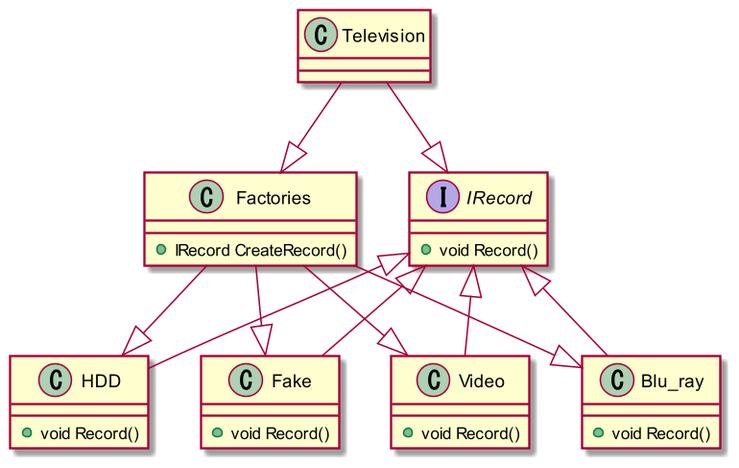
This is Doc/img/Good.png from k2491p/DIP, a PlantUML export, as it was before one commit. Source of this version:
```plantuml
@startuml
skinparam dpi 150

class Television {

}

class Factories {
	+IRecord CreateRecord()
}

interface IRecord {
	+void Record()
}

class Video {
	+void Record()
}

class Blu_ray {
	+void Record()
}

class HDD {
	+void Record()
}

class Fake {
	+void Record()
}



Television --|> IRecord
Television --|> Factories
IRecord <|-- Video
IRecord <|-- Blu_ray
IRecord <|-- HDD
IRecord <|-- Fake
Factories --|> Video
Factories --|> Blu_ray
Factories --|> HDD
Factories --|> Fake
@enduml
```
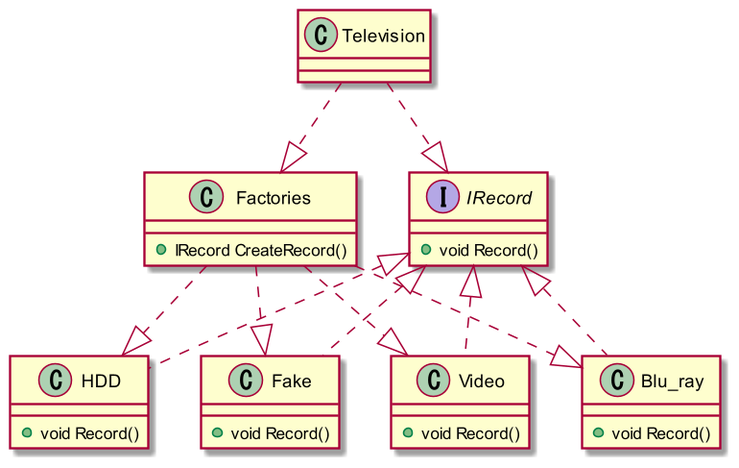
After the commit.

The edit, as a diff of the source:
```diff
@@ -31,14 +31,14 @@
 
 
 
-Television --|> IRecord
-Television --|> Factories
-IRecord <|-- Video
-IRecord <|-- Blu_ray
-IRecord <|-- HDD
-IRecord <|-- Fake
-Factories --|> Video
-Factories --|> Blu_ray
-Factories --|> HDD
-Factories --|> Fake
+Television ..|> IRecord
+Television ..|> Factories
+IRecord <|.. Video
+IRecord <|.. Blu_ray
+IRecord <|.. HDD
+IRecord <|.. Fake
+Factories ..|> Video
+Factories ..|> Blu_ray
+Factories ..|> HDD
+Factories ..|> Fake
 @enduml
```
